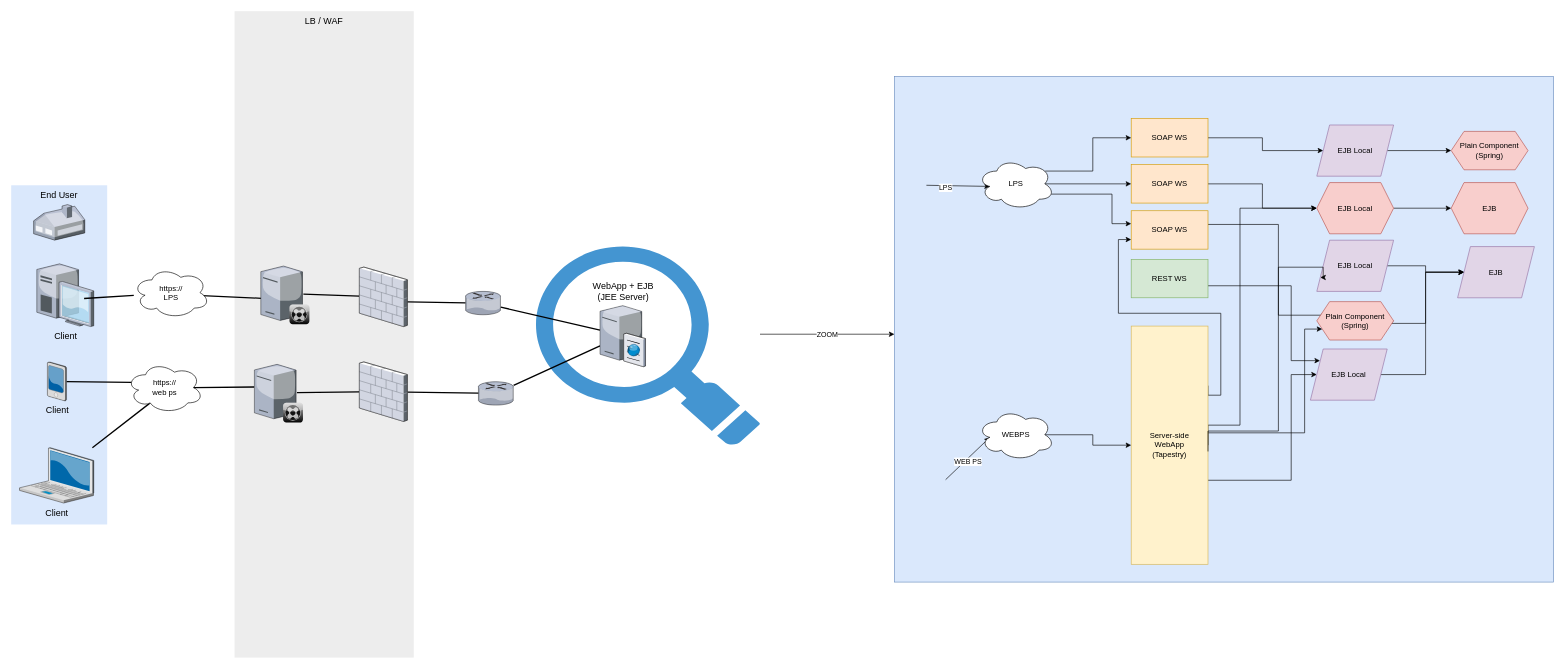
YannRobert/draw.io keeps this draw.io diagram as transformation etape 2.drawio. Above is the earlier version. Source tidied: cells renumbered, new cells numbered last; positions are measured from the earlier drawing's top-left corner, leaving out a move shared by most shapes. Both pictures are drawn from the tidied source at 64%, with x=0, y=0 at pixel (11, 11).
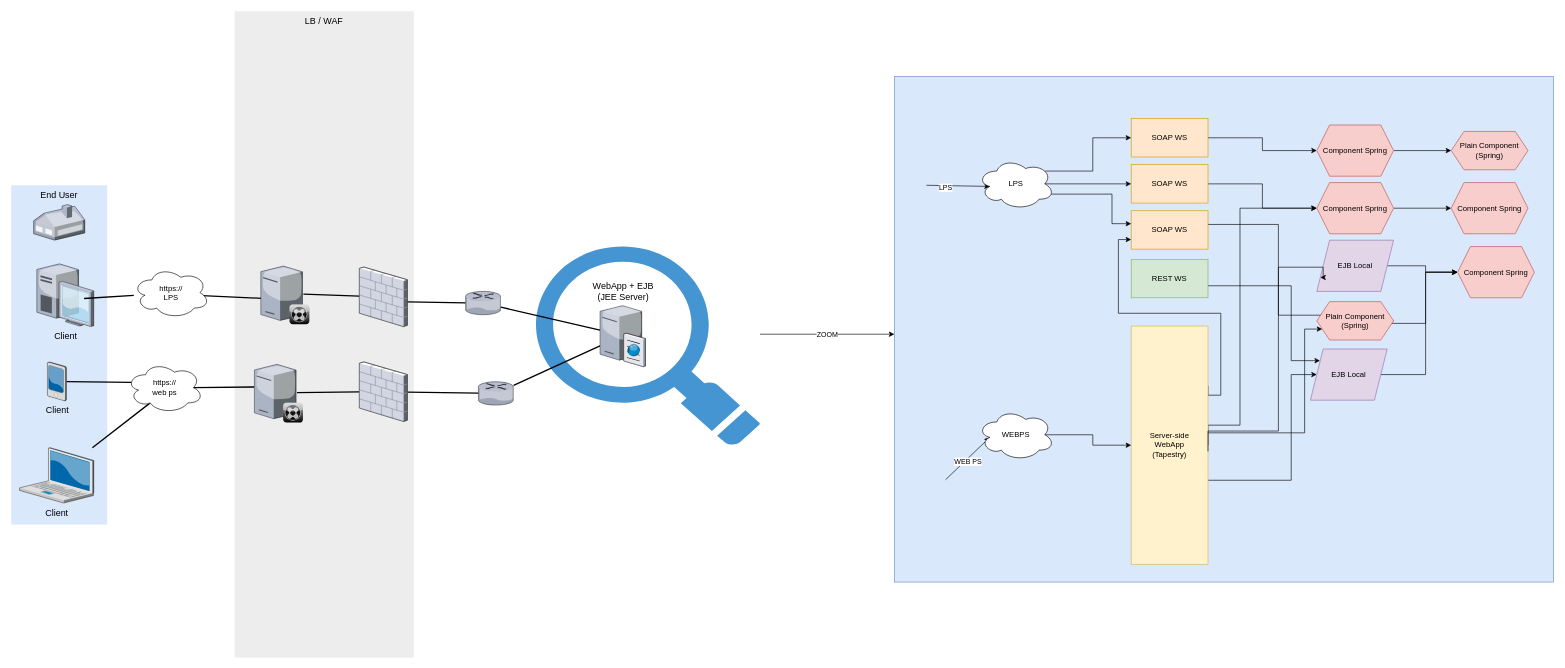
The same page after the edit.

Commit message:
Mettre à jour transformation etape 2.drawio

The edit, as a diff of the source:
```diff
@@
-    <mxCell id="37" value="EJB Local" style="shape=parallelogram;perimeter=parallelogramPerimeter;whiteSpace=wrap;html=1;fixedSize=1;fillColor=#e1d5e7;strokeColor=#9673a6;" parent="1" vertex="1">
+    <mxCell id="37" value="Component Spring" style="shape=hexagon;perimeter=hexagonPerimeter2;whiteSpace=wrap;html=1;fixedSize=1;fillColor=#f8cecc;strokeColor=#b85450;" parent="1" vertex="1">
       <mxGeometry x="2040" y="177.8" width="120" height="80" as="geometry" />
     </mxCell>
@@
-    <mxCell id="41" value="EJB Local" style="shape=hexagon;perimeter=hexagonPerimeter2;whiteSpace=wrap;html=1;fixedSize=1;fillColor=#f8cecc;strokeColor=#b85450;" parent="1" vertex="1">
+    <mxCell id="41" value="Component Spring" style="shape=hexagon;perimeter=hexagonPerimeter2;whiteSpace=wrap;html=1;fixedSize=1;fillColor=#f8cecc;strokeColor=#b85450;" parent="1" vertex="1">
       <mxGeometry x="2040" y="267.8" width="120" height="80" as="geometry" />
     </mxCell>
-    <mxCell id="42" value="EJB" style="shape=hexagon;perimeter=hexagonPerimeter2;whiteSpace=wrap;html=1;fixedSize=1;fillColor=#f8cecc;strokeColor=#b85450;" parent="1" vertex="1">
+    <mxCell id="42" value="Component Spring" style="shape=hexagon;perimeter=hexagonPerimeter2;whiteSpace=wrap;html=1;fixedSize=1;fillColor=#f8cecc;strokeColor=#b85450;" parent="1" vertex="1">
       <mxGeometry x="2250" y="267.8" width="120" height="80" as="geometry" />
     </mxCell>
@@
-    <mxCell id="44" value="EJB" style="shape=parallelogram;perimeter=parallelogramPerimeter;whiteSpace=wrap;html=1;fixedSize=1;fillColor=#e1d5e7;strokeColor=#9673a6;" parent="1" vertex="1">
+    <mxCell id="44" value="Component Spring" style="shape=hexagon;perimeter=hexagonPerimeter2;whiteSpace=wrap;html=1;fixedSize=1;fillColor=#f8cecc;strokeColor=#b85450;" parent="1" vertex="1">
       <mxGeometry x="2260" y="367.8" width="120" height="80" as="geometry" />
     </mxCell>
```
